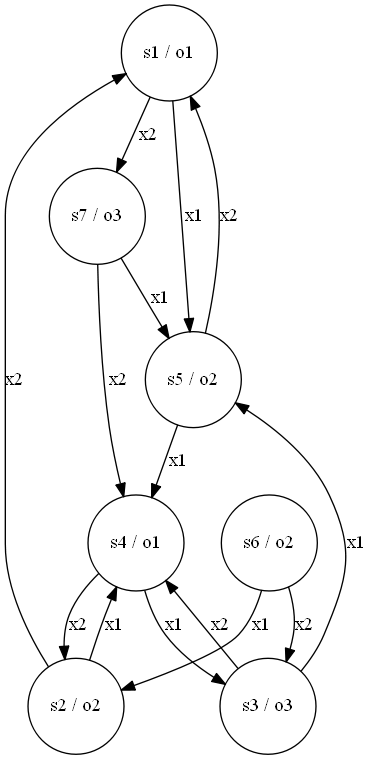
The Graphviz diagram Automata/normal_machine.png in iandreyshev/AutomataTheory, before a commit. Its source is kept beside it as Automata/normal_machine.dot.
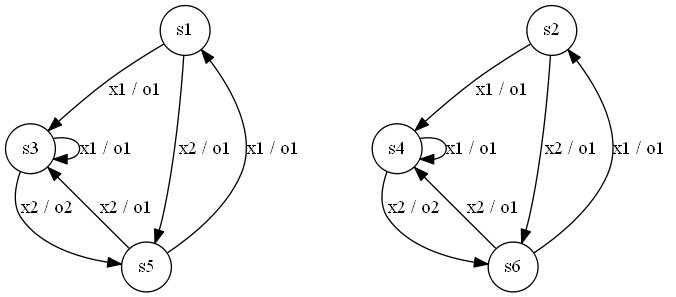
After the commit.

Diff of the diagram source:
```diff
@@ -1,23 +1,20 @@
 digraph G{
-1 [shape="circle"label="s1 / o1"];
-1->5 [label="x1 "];
-1->7 [label="x2 "];
-2 [shape="circle"label="s2 / o2"];
-2->4 [label="x1 "];
-2->1 [label="x2 "];
-3 [shape="circle"label="s3 / o3"];
-3->5 [label="x1 "];
-3->4 [label="x2 "];
-4 [shape="circle"label="s4 / o1"];
-4->3 [label="x1 "];
-4->2 [label="x2 "];
-5 [shape="circle"label="s5 / o2"];
-5->4 [label="x1 "];
-5->1 [label="x2 "];
-6 [shape="circle"label="s6 / o2"];
-6->2 [label="x1 "];
-6->3 [label="x2 "];
-7 [shape="circle"label="s7 / o3"];
-7->5 [label="x1 "];
-7->4 [label="x2 "];
+1 [shape="circle"label="s1"];
+1->3 [label="x1 / o1 "];
+1->5 [label="x2 / o1 "];
+2 [shape="circle"label="s2"];
+2->4 [label="x1 / o1 "];
+2->6 [label="x2 / o1 "];
+3 [shape="circle"label="s3"];
+3->3 [label="x1 / o1 "];
+3->5 [label="x2 / o2 "];
+4 [shape="circle"label="s4"];
+4->4 [label="x1 / o1 "];
+4->6 [label="x2 / o2 "];
+5 [shape="circle"label="s5"];
+5->1 [label="x1 / o1 "];
+5->3 [label="x2 / o1 "];
+6 [shape="circle"label="s6"];
+6->2 [label="x1 / o1 "];
+6->4 [label="x2 / o1 "];
 }
```
